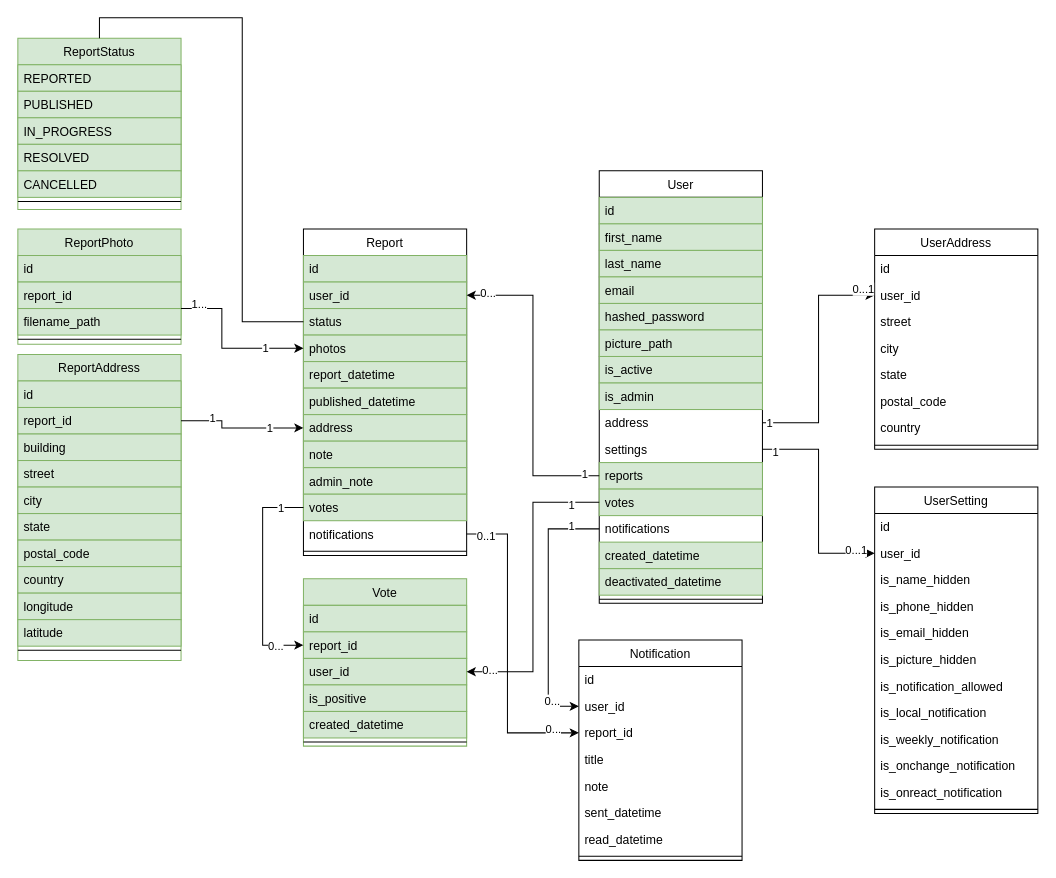
Above: backend/classes.drawio in Yessirskiy/MTAAProject25 (draw.io), before the change. Source tidied: cells renumbered, new cells numbered last; positions are measured from the earlier drawing's top-left corner, leaving out a move shared by most shapes. Both pictures are drawn from the tidied source at 102%, with x=0, y=0 at pixel (17, 38).
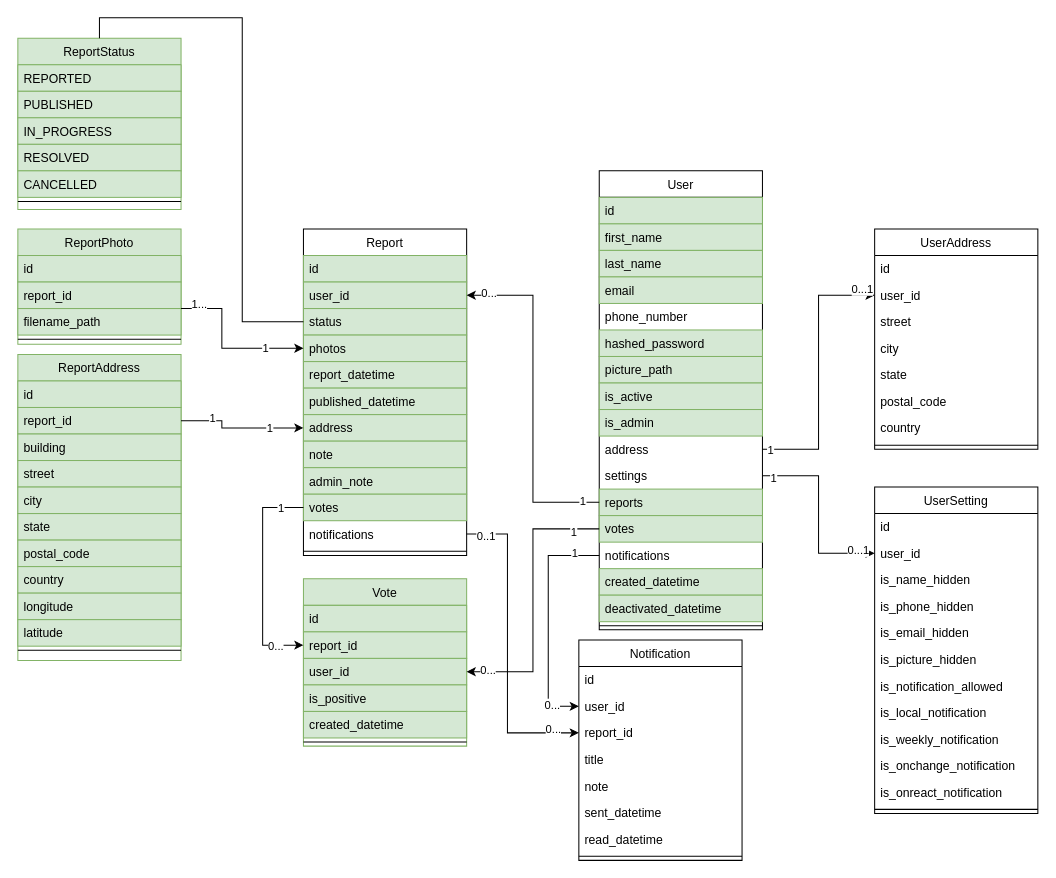
Above is the later version.

Unchanged cells that the change refers to:
```xml
<mxCell id="109" value="user_id" style="text;align=left;verticalAlign=top;spacingLeft=4;spacingRight=4;overflow=hidden;points=[[0,0.5],[1,0.5]];portConstraint=eastwest;" parent="107" vertex="1">
  <mxGeometry y="52" width="160" height="26" as="geometry" />
</mxCell>
```

Change to the diagram source:
```diff
@@
     <mxCell id="2" value="User" style="swimlane;fontStyle=0;align=center;verticalAlign=top;horizontal=1;startSize=26;rounded=0;shadow=0;strokeWidth=1;" parent="1" vertex="1">
-      <mxGeometry x="570" y="130" width="160" height="424" as="geometry" />
+      <mxGeometry x="570" y="130" width="160" height="450" as="geometry" />
     </mxCell>
@@
+    <mxCell id="122" value="phone_number" style="text;align=left;verticalAlign=top;spacingLeft=4;spacingRight=4;overflow=hidden;rounded=0;shadow=0;html=0;" parent="2" vertex="1">
+      <mxGeometry y="130" width="160" height="26" as="geometry" />
+    </mxCell>
     <mxCell id="7" value="hashed_password" style="text;align=left;verticalAlign=top;spacingLeft=4;spacingRight=4;overflow=hidden;rounded=0;shadow=0;html=0;fillColor=#d5e8d4;strokeColor=#82b366;" parent="2" vertex="1">
-      <mxGeometry y="130" width="160" height="26" as="geometry" />
+      <mxGeometry y="156" width="160" height="26" as="geometry" />
     </mxCell>
     <mxCell id="8" value="picture_path" style="text;align=left;verticalAlign=top;spacingLeft=4;spacingRight=4;overflow=hidden;rounded=0;shadow=0;html=0;fillColor=#d5e8d4;strokeColor=#82b366;" parent="2" vertex="1">
-      <mxGeometry y="156" width="160" height="26" as="geometry" />
+      <mxGeometry y="182" width="160" height="26" as="geometry" />
     </mxCell>
     <mxCell id="9" value="is_active" style="text;align=left;verticalAlign=top;spacingLeft=4;spacingRight=4;overflow=hidden;rounded=0;shadow=0;html=0;fillColor=#d5e8d4;strokeColor=#82b366;" parent="2" vertex="1">
-      <mxGeometry y="182" width="160" height="26" as="geometry" />
+      <mxGeometry y="208" width="160" height="26" as="geometry" />
     </mxCell>
     <mxCell id="10" value="is_admin" style="text;align=left;verticalAlign=top;spacingLeft=4;spacingRight=4;overflow=hidden;rounded=0;shadow=0;html=0;fillColor=#d5e8d4;strokeColor=#82b366;" parent="2" vertex="1">
-      <mxGeometry y="208" width="160" height="26" as="geometry" />
+      <mxGeometry y="234" width="160" height="26" as="geometry" />
     </mxCell>
     <mxCell id="11" value="address" style="text;align=left;verticalAlign=top;spacingLeft=4;spacingRight=4;overflow=hidden;points=[[0,0.5],[1,0.5]];portConstraint=eastwest;rounded=0;shadow=0;html=0;" parent="2" vertex="1">
-      <mxGeometry y="234" width="160" height="26" as="geometry" />
+      <mxGeometry y="260" width="160" height="26" as="geometry" />
     </mxCell>
     <mxCell id="12" value="settings" style="text;align=left;verticalAlign=top;spacingLeft=4;spacingRight=4;overflow=hidden;points=[[0,0.5],[1,0.5]];portConstraint=eastwest;rounded=0;shadow=0;html=0;" parent="2" vertex="1">
-      <mxGeometry y="260" width="160" height="26" as="geometry" />
+      <mxGeometry y="286" width="160" height="26" as="geometry" />
     </mxCell>
     <mxCell id="13" value="reports" style="text;align=left;verticalAlign=top;spacingLeft=4;spacingRight=4;overflow=hidden;points=[[0,0.5],[1,0.5]];portConstraint=eastwest;rounded=0;shadow=0;html=0;fillColor=#d5e8d4;strokeColor=#82b366;" parent="2" vertex="1">
-      <mxGeometry y="286" width="160" height="26" as="geometry" />
+      <mxGeometry y="312" width="160" height="26" as="geometry" />
     </mxCell>
     <mxCell id="14" value="votes" style="text;align=left;verticalAlign=top;spacingLeft=4;spacingRight=4;overflow=hidden;points=[[0,0.5],[1,0.5]];portConstraint=eastwest;rounded=0;shadow=0;html=0;fillColor=#d5e8d4;strokeColor=#82b366;" parent="2" vertex="1">
-      <mxGeometry y="312" width="160" height="26" as="geometry" />
+      <mxGeometry y="338" width="160" height="26" as="geometry" />
     </mxCell>
     <mxCell id="15" value="notifications" style="text;align=left;verticalAlign=top;spacingLeft=4;spacingRight=4;overflow=hidden;points=[[0,0.5],[1,0.5]];portConstraint=eastwest;rounded=0;shadow=0;html=0;" parent="2" vertex="1">
-      <mxGeometry y="338" width="160" height="26" as="geometry" />
+      <mxGeometry y="364" width="160" height="26" as="geometry" />
     </mxCell>
     <mxCell id="16" value="created_datetime" style="text;align=left;verticalAlign=top;spacingLeft=4;spacingRight=4;overflow=hidden;rounded=0;shadow=0;html=0;fillColor=#d5e8d4;strokeColor=#82b366;" parent="2" vertex="1">
-      <mxGeometry y="364" width="160" height="26" as="geometry" />
+      <mxGeometry y="390" width="160" height="26" as="geometry" />
     </mxCell>
     <mxCell id="17" value="deactivated_datetime" style="text;align=left;verticalAlign=top;spacingLeft=4;spacingRight=4;overflow=hidden;rounded=0;shadow=0;html=0;fillColor=#d5e8d4;strokeColor=#82b366;" parent="2" vertex="1">
-      <mxGeometry y="390" width="160" height="26" as="geometry" />
+      <mxGeometry y="416" width="160" height="26" as="geometry" />
     </mxCell>
     <mxCell id="18" style="line;html=1;strokeWidth=1;align=left;verticalAlign=middle;spacingTop=-1;spacingLeft=3;spacingRight=3;labelPosition=right;" parent="2" vertex="1">
-      <mxGeometry y="416" width="160" height="8" as="geometry" />
+      <mxGeometry y="442" width="160" height="8" as="geometry" />
     </mxCell>
@@
     <mxCell id="116" style="edgeStyle=orthogonalEdgeStyle;rounded=0;jettySize=auto;html=1;exitX=0;exitY=0.5;exitDx=0;exitDy=0;entryX=0;entryY=0.5;entryDx=0;entryDy=0;" parent="1" edge="1" source="15" target="109">
       <mxGeometry relative="1" as="geometry">
         <Array as="points">
-          <mxPoint x="520" y="481" />
+          <mxPoint x="520" y="507" />
           <mxPoint x="520" y="655" />
         </Array>
       </mxGeometry>
     </mxCell>
```
